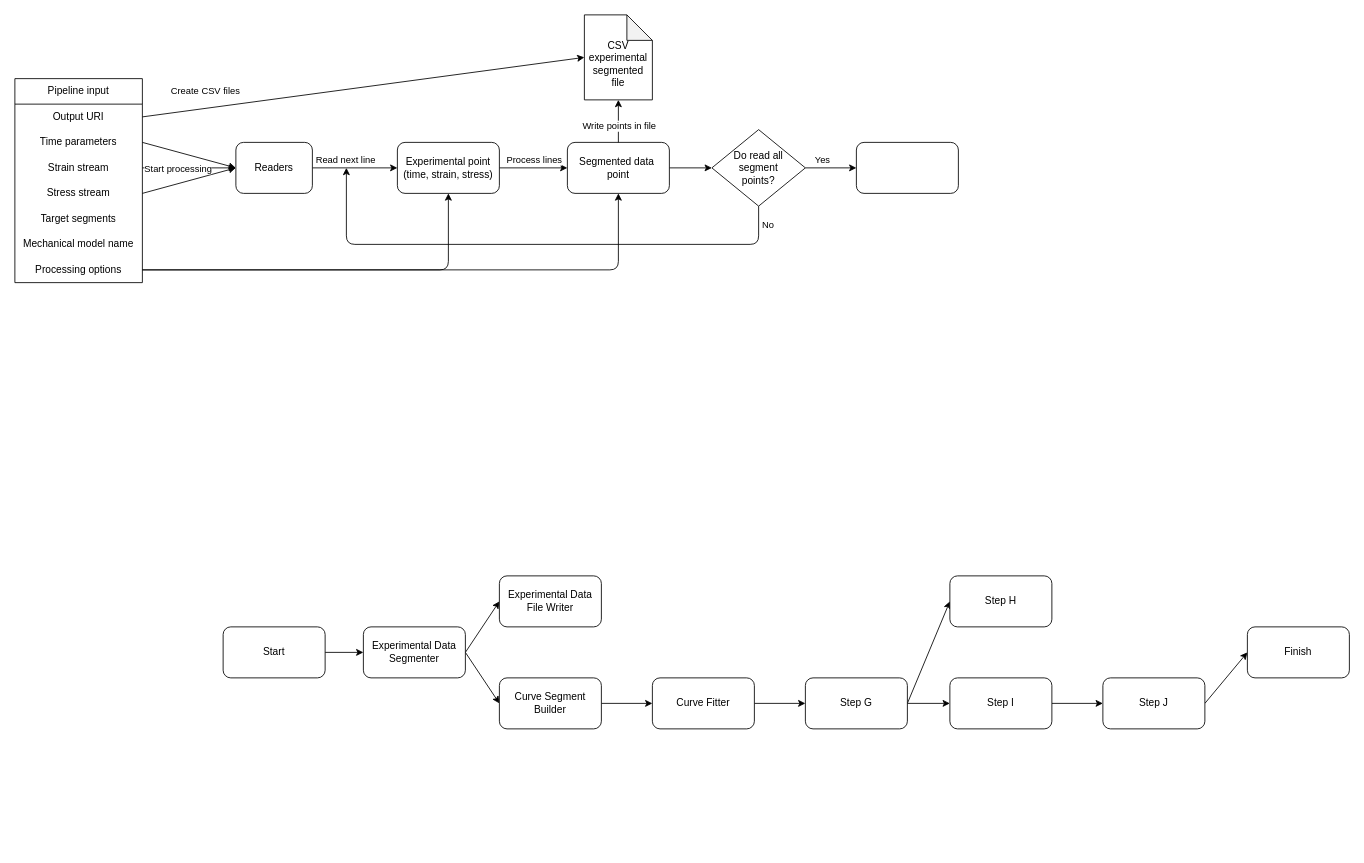
Earlier version of the draw.io diagram prompts/flowcharts.drawio (mellosilveira/Tools). Source tidied: cells renumbered, new cells numbered last; positions are measured from the earlier drawing's top-left corner, leaving out a move shared by most shapes. Both pictures are drawn from the tidied source at 85%, with x=0, y=0 at pixel (14, 14).
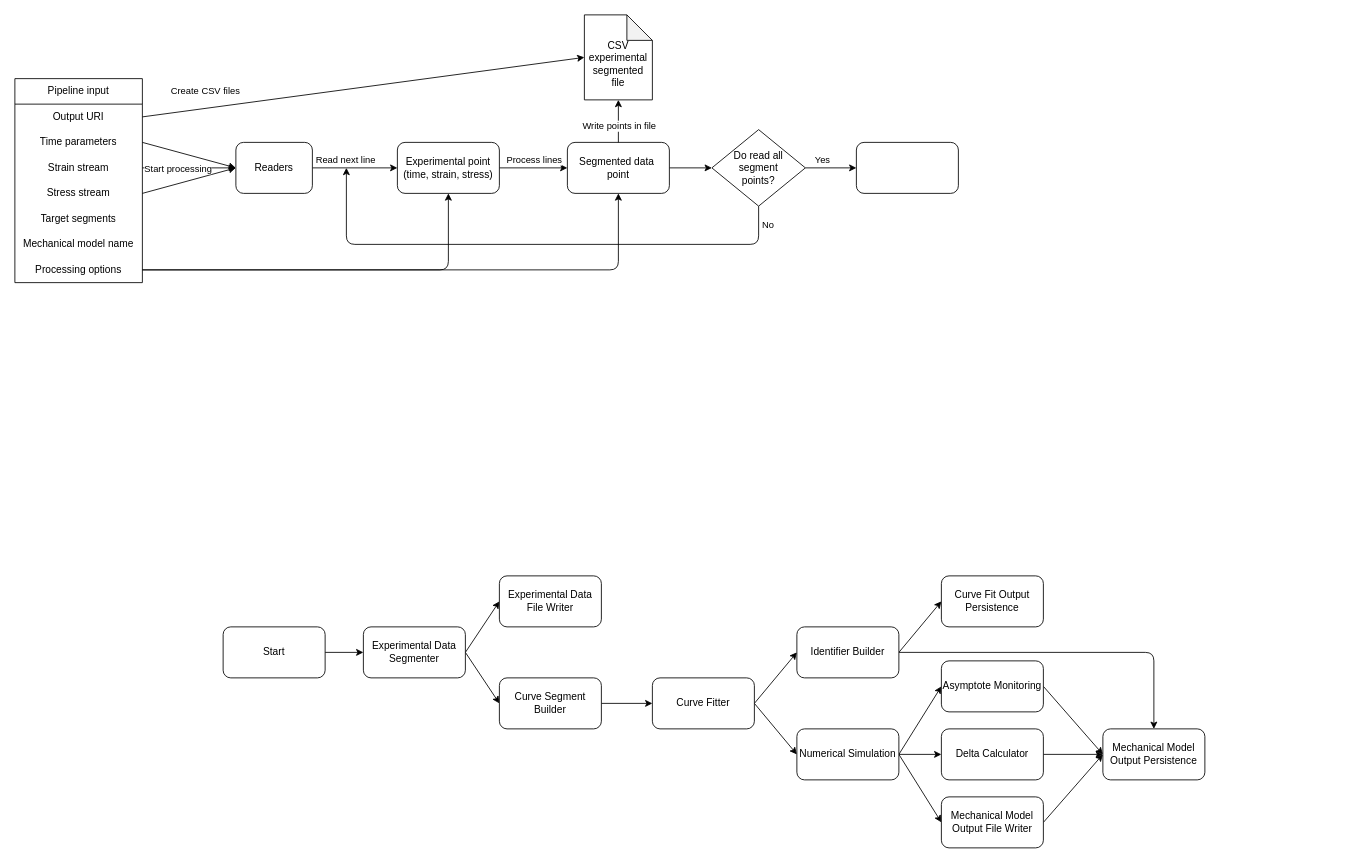
After the change.

The change refers to these unchanged cells:
```xml
<mxCell id="44" value="Curve Fitter" style="rounded=1;whiteSpace=wrap;html=1;" parent="1" vertex="1">
  <mxGeometry x="750" y="780" width="120" height="60" as="geometry" />
</mxCell>
```

What changed in the source:
```diff
@@
+    <mxCell id="54" style="edgeStyle=none;html=1;exitX=1;exitY=0.5;exitDx=0;exitDy=0;entryX=0;entryY=0.5;entryDx=0;entryDy=0;" parent="1" edge="1" source="44" target="58">
+      <mxGeometry relative="1" as="geometry" />
+    </mxCell>
@@
-    <mxCell id="46" style="edgeStyle=none;html=1;exitX=1;exitY=0.5;exitDx=0;exitDy=0;entryX=0;entryY=0.5;entryDx=0;entryDy=0;" parent="1" edge="1" source="47" target="50">
-      <mxGeometry relative="1" as="geometry" />
+    <mxCell id="46" style="edgeStyle=none;html=1;exitX=1;exitY=0.5;exitDx=0;exitDy=0;entryX=0.5;entryY=0;entryDx=0;entryDy=0;" parent="1" edge="1" source="47" target="50">
+      <mxGeometry relative="1" as="geometry">
+        <Array as="points">
+          <mxPoint x="1340" y="750" />
+        </Array>
+      </mxGeometry>
     </mxCell>
-    <mxCell id="47" value="Step G" style="rounded=1;whiteSpace=wrap;html=1;" parent="1" vertex="1">
-      <mxGeometry x="930" y="780" width="120" height="60" as="geometry" />
+    <mxCell id="47" value="Identifier Builder" style="rounded=1;whiteSpace=wrap;html=1;" parent="1" vertex="1">
+      <mxGeometry x="920" y="720" width="120" height="60" as="geometry" />
     </mxCell>
-    <mxCell id="48" value="Step H" style="rounded=1;whiteSpace=wrap;html=1;" parent="1" vertex="1">
-      <mxGeometry x="1100" y="660" width="120" height="60" as="geometry" />
+    <mxCell id="48" value="Curve Fit Output Persistence" style="rounded=1;whiteSpace=wrap;html=1;" parent="1" vertex="1">
+      <mxGeometry x="1090" y="660" width="120" height="60" as="geometry" />
     </mxCell>
-    <mxCell id="49" style="edgeStyle=none;html=1;exitX=1;exitY=0.5;exitDx=0;exitDy=0;entryX=0;entryY=0.5;entryDx=0;entryDy=0;" parent="1" edge="1" source="50" target="52">
-      <mxGeometry relative="1" as="geometry" />
-    </mxCell>
-    <mxCell id="50" value="Step I" style="rounded=1;whiteSpace=wrap;html=1;" parent="1" vertex="1">
-      <mxGeometry x="1100" y="780" width="120" height="60" as="geometry" />
+    <mxCell id="50" value="Mechanical Model Output Persistence" style="rounded=1;whiteSpace=wrap;html=1;" parent="1" vertex="1">
+      <mxGeometry x="1280" y="840" width="120" height="60" as="geometry" />
     </mxCell>
-    <mxCell id="51" style="edgeStyle=none;html=1;exitX=1;exitY=0.5;exitDx=0;exitDy=0;entryX=0;entryY=0.5;entryDx=0;entryDy=0;" parent="1" edge="1" source="52" target="53">
-      <mxGeometry relative="1" as="geometry" />
-    </mxCell>
-    <mxCell id="52" value="Step J" style="rounded=1;whiteSpace=wrap;html=1;" parent="1" vertex="1">
-      <mxGeometry x="1280" y="780" width="120" height="60" as="geometry" />
-    </mxCell>
-    <mxCell id="53" value="Finish" style="rounded=1;whiteSpace=wrap;html=1;" parent="1" vertex="1">
-      <mxGeometry x="1450" y="720" width="120" height="60" as="geometry" />
-    </mxCell>
+    <mxCell id="55" style="edgeStyle=none;html=1;exitX=1;exitY=0.5;exitDx=0;exitDy=0;entryX=0;entryY=0.5;entryDx=0;entryDy=0;" parent="1" edge="1" source="58" target="60">
+      <mxGeometry relative="1" as="geometry" />
+    </mxCell>
+    <mxCell id="56" style="edgeStyle=none;html=1;exitX=1;exitY=0.5;exitDx=0;exitDy=0;entryX=0;entryY=0.5;entryDx=0;entryDy=0;" parent="1" edge="1" source="58" target="62">
+      <mxGeometry relative="1" as="geometry" />
+    </mxCell>
+    <mxCell id="57" style="edgeStyle=none;html=1;exitX=1;exitY=0.5;exitDx=0;exitDy=0;" parent="1" edge="1" source="58" target="64">
+      <mxGeometry relative="1" as="geometry" />
+    </mxCell>
+    <mxCell id="58" value="Numerical Simulation" style="rounded=1;whiteSpace=wrap;html=1;" parent="1" vertex="1">
+      <mxGeometry x="920" y="840" width="120" height="60" as="geometry" />
+    </mxCell>
+    <mxCell id="59" style="edgeStyle=none;html=1;exitX=1;exitY=0.5;exitDx=0;exitDy=0;entryX=0;entryY=0.5;entryDx=0;entryDy=0;" parent="1" edge="1" source="60" target="50">
+      <mxGeometry relative="1" as="geometry" />
+    </mxCell>
+    <mxCell id="60" value="Asymptote Monitoring" style="rounded=1;whiteSpace=wrap;html=1;" parent="1" vertex="1">
+      <mxGeometry x="1090" y="760" width="120" height="60" as="geometry" />
+    </mxCell>
+    <mxCell id="61" style="edgeStyle=none;html=1;exitX=1;exitY=0.5;exitDx=0;exitDy=0;" parent="1" edge="1" source="62">
+      <mxGeometry relative="1" as="geometry">
+        <mxPoint x="1280" y="870" as="targetPoint" />
+      </mxGeometry>
+    </mxCell>
+    <mxCell id="62" value="Mechanical Model Output File Writer" style="rounded=1;whiteSpace=wrap;html=1;" parent="1" vertex="1">
+      <mxGeometry x="1090" y="920" width="120" height="60" as="geometry" />
+    </mxCell>
+    <mxCell id="63" style="edgeStyle=none;html=1;exitX=1;exitY=0.5;exitDx=0;exitDy=0;" parent="1" edge="1" source="64" target="50">
+      <mxGeometry relative="1" as="geometry" />
+    </mxCell>
+    <mxCell id="64" value="Delta Calculator" style="rounded=1;whiteSpace=wrap;html=1;" parent="1" vertex="1">
+      <mxGeometry x="1090" y="840" width="120" height="60" as="geometry" />
+    </mxCell>
```
